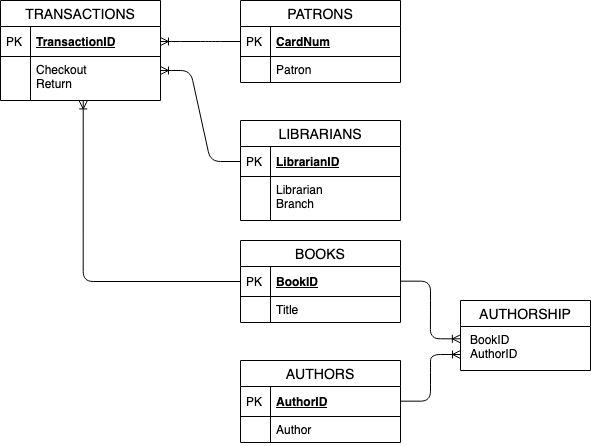
The draw.io diagram localimages/er5.png in jkropko/DS-6001, before a commit. Source tidied: cells renumbered, new cells last; positions are measured from the earlier drawing's top-left corner, leaving out a move shared by most shapes.
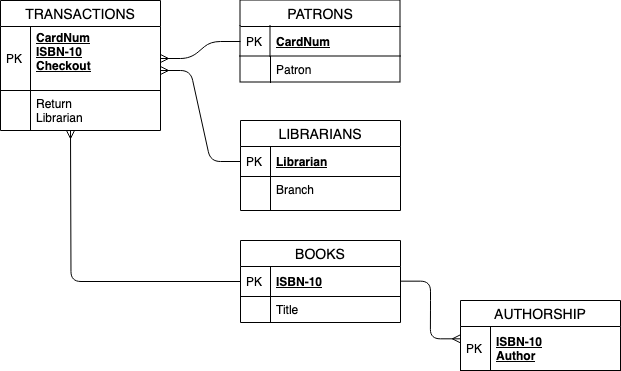
Later version of the same file.

The edit, as a diff of the source:
```diff
@@ -18,39 +18,39 @@
       <mxGeometry width="30" height="26" as="geometry" />
     </mxCell>
     <mxCell id="7" value="TRANSACTIONS" style="swimlane;fontStyle=0;horizontal=1;startSize=26;align=center;fontSize=14;fillColor=none;" parent="1" vertex="1">
-      <mxGeometry width="160" height="100" as="geometry" />
+      <mxGeometry width="160" height="130" as="geometry" />
     </mxCell>
-    <mxCell id="8" value="TransactionID" style="shape=partialRectangle;top=0;left=0;right=0;bottom=1;align=left;verticalAlign=middle;fillColor=none;spacingLeft=34;spacingRight=4;overflow=hidden;points=[[0,0.5],[1,0.5]];portConstraint=eastwest;fontStyle=5;fontSize=12;" parent="7" vertex="1">
-      <mxGeometry y="26" width="160" height="30" as="geometry" />
+    <mxCell id="8" value="CardNum&#10;ISBN-10&#10;Checkout&#10;" style="shape=partialRectangle;top=0;left=0;right=0;bottom=1;align=left;verticalAlign=middle;fillColor=none;spacingLeft=34;spacingRight=4;overflow=hidden;points=[[0,0.5],[1,0.5]];portConstraint=eastwest;fontStyle=5;fontSize=12;" parent="7" vertex="1">
+      <mxGeometry y="26" width="160" height="64" as="geometry" />
     </mxCell>
     <mxCell id="9" value="PK" style="shape=partialRectangle;top=0;left=0;bottom=0;fillColor=none;align=left;verticalAlign=middle;spacingLeft=4;spacingRight=4;overflow=hidden;fontSize=12;" parent="8" vertex="1">
-      <mxGeometry width="30" height="30" as="geometry" />
+      <mxGeometry width="30" height="64" as="geometry" />
     </mxCell>
-    <mxCell id="10" value="Checkout&#10;Return&#10;" style="shape=partialRectangle;top=0;left=0;right=0;bottom=0;align=left;verticalAlign=top;fillColor=none;spacingLeft=34;spacingRight=4;overflow=hidden;points=[[0,0.5],[1,0.5]];portConstraint=eastwest;fontSize=12;" parent="7" vertex="1">
-      <mxGeometry y="56" width="160" height="44" as="geometry" />
+    <mxCell id="10" value="Return&#10;Librarian&#10;" style="shape=partialRectangle;top=0;left=0;right=0;bottom=0;align=left;verticalAlign=top;fillColor=none;spacingLeft=34;spacingRight=4;overflow=hidden;points=[[0,0.5],[1,0.5]];portConstraint=eastwest;fontSize=12;" parent="7" vertex="1">
+      <mxGeometry y="90" width="160" height="40" as="geometry" />
     </mxCell>
     <mxCell id="11" style="shape=partialRectangle;top=0;left=0;bottom=0;fillColor=none;align=left;verticalAlign=top;spacingLeft=4;spacingRight=4;overflow=hidden;fontSize=12;" parent="10" vertex="1">
-      <mxGeometry width="30" height="44" as="geometry" />
+      <mxGeometry width="30" height="40" as="geometry" />
     </mxCell>
     <mxCell id="12" value="LIBRARIANS" style="swimlane;fontStyle=0;horizontal=1;startSize=26;align=center;fontSize=14;fillColor=none;" parent="1" vertex="1">
-      <mxGeometry x="240" y="120" width="160" height="100" as="geometry" />
+      <mxGeometry x="240" y="120" width="160" height="90" as="geometry" />
     </mxCell>
-    <mxCell id="13" value="LibrarianID" style="shape=partialRectangle;top=0;left=0;right=0;bottom=1;align=left;verticalAlign=middle;fillColor=none;spacingLeft=34;spacingRight=4;overflow=hidden;points=[[0,0.5],[1,0.5]];portConstraint=eastwest;fontStyle=5;fontSize=12;" parent="12" vertex="1">
+    <mxCell id="13" value="Librarian" style="shape=partialRectangle;top=0;left=0;right=0;bottom=1;align=left;verticalAlign=middle;fillColor=none;spacingLeft=34;spacingRight=4;overflow=hidden;points=[[0,0.5],[1,0.5]];portConstraint=eastwest;fontStyle=5;fontSize=12;" parent="12" vertex="1">
       <mxGeometry y="26" width="160" height="30" as="geometry" />
     </mxCell>
     <mxCell id="14" value="PK" style="shape=partialRectangle;top=0;left=0;bottom=0;fillColor=none;align=left;verticalAlign=middle;spacingLeft=4;spacingRight=4;overflow=hidden;fontSize=12;" parent="13" vertex="1">
       <mxGeometry width="30" height="30" as="geometry" />
     </mxCell>
-    <mxCell id="15" value="Librarian&#10;Branch&#10;" style="shape=partialRectangle;top=0;left=0;right=0;bottom=0;align=left;verticalAlign=top;fillColor=none;spacingLeft=34;spacingRight=4;overflow=hidden;fontSize=12;" parent="12" vertex="1">
-      <mxGeometry y="56" width="160" height="44" as="geometry" />
+    <mxCell id="15" value="Branch&#10;" style="shape=partialRectangle;top=0;left=0;right=0;bottom=0;align=left;verticalAlign=top;fillColor=none;spacingLeft=34;spacingRight=4;overflow=hidden;fontSize=12;" parent="12" vertex="1">
+      <mxGeometry y="56" width="160" height="34" as="geometry" />
     </mxCell>
     <mxCell id="16" style="shape=partialRectangle;top=0;left=0;bottom=0;fillColor=none;align=left;verticalAlign=top;spacingLeft=4;spacingRight=4;overflow=hidden;fontSize=12;" parent="15" vertex="1">
-      <mxGeometry width="30" height="44" as="geometry" />
+      <mxGeometry width="30" height="34" as="geometry" />
     </mxCell>
     <mxCell id="17" value="BOOKS" style="swimlane;fontStyle=0;horizontal=1;startSize=26;align=center;fontSize=14;fillColor=none;" parent="1" vertex="1">
       <mxGeometry x="240" y="240" width="160" height="82" as="geometry" />
     </mxCell>
-    <mxCell id="18" value="BookID" style="shape=partialRectangle;top=0;left=0;right=0;bottom=1;align=left;verticalAlign=middle;fillColor=none;spacingLeft=34;spacingRight=4;overflow=hidden;points=[[0,0.5],[1,0.5]];portConstraint=eastwest;fontStyle=5;fontSize=12;" parent="17" vertex="1">
+    <mxCell id="18" value="ISBN-10" style="shape=partialRectangle;top=0;left=0;right=0;bottom=1;align=left;verticalAlign=middle;fillColor=none;spacingLeft=34;spacingRight=4;overflow=hidden;points=[[0,0.5],[1,0.5]];portConstraint=eastwest;fontStyle=5;fontSize=12;" parent="17" vertex="1">
       <mxGeometry y="26" width="160" height="30" as="geometry" />
     </mxCell>
     <mxCell id="19" value="PK" style="shape=partialRectangle;top=0;left=0;bottom=0;fillColor=none;align=left;verticalAlign=middle;spacingLeft=4;spacingRight=4;overflow=hidden;fontSize=12;" parent="18" vertex="1">
@@ -62,48 +62,33 @@
     <mxCell id="21" style="shape=partialRectangle;top=0;left=0;bottom=0;fillColor=none;align=left;verticalAlign=top;spacingLeft=4;spacingRight=4;overflow=hidden;fontSize=12;" parent="20" vertex="1">
       <mxGeometry width="30" height="26" as="geometry" />
     </mxCell>
-    <mxCell id="22" style="edgeStyle=entityRelationEdgeStyle;fontSize=12;html=1;endArrow=none;entryX=0;entryY=0.5;entryDx=0;entryDy=0;startArrow=ERoneToMany;startFill=0;endFill=0;" parent="1" edge="1" target="13">
+    <mxCell id="22" style="edgeStyle=entityRelationEdgeStyle;fontSize=12;html=1;endArrow=none;entryX=0;entryY=0.5;entryDx=0;entryDy=0;startArrow=ERmany;startFill=0;endFill=0;" parent="1" edge="1" target="13">
       <mxGeometry relative="1" as="geometry">
         <mxPoint x="160" y="70" as="sourcePoint" />
       </mxGeometry>
     </mxCell>
-    <mxCell id="23" style="edgeStyle=entityRelationEdgeStyle;fontSize=12;html=1;endArrow=ERoneToMany;entryX=-0.001;entryY=0.28;entryDx=0;entryDy=0;entryPerimeter=0;" parent="1" edge="1" target="30">
+    <mxCell id="23" style="edgeStyle=entityRelationEdgeStyle;fontSize=12;html=1;endArrow=ERmany;entryX=-0.001;entryY=0.28;entryDx=0;entryDy=0;entryPerimeter=0;endFill=0;" parent="1" edge="1">
       <mxGeometry relative="1" as="geometry">
         <mxPoint x="400" y="280.7" as="sourcePoint" />
+        <mxPoint x="459.9" y="338.3" as="targetPoint" />
       </mxGeometry>
     </mxCell>
-    <mxCell id="24" value="AUTHORS" style="swimlane;fontStyle=0;horizontal=1;startSize=26;align=center;fontSize=14;fillColor=none;" parent="1" vertex="1">
-      <mxGeometry x="240" y="360" width="160" height="82" as="geometry" />
-    </mxCell>
-    <mxCell id="25" value="AuthorID" style="shape=partialRectangle;top=0;left=0;right=0;bottom=1;align=left;verticalAlign=middle;fillColor=none;spacingLeft=34;spacingRight=4;overflow=hidden;fontStyle=5;fontSize=12;" parent="24" vertex="1">
-      <mxGeometry y="26" width="160" height="30" as="geometry" />
-    </mxCell>
-    <mxCell id="26" value="PK" style="shape=partialRectangle;top=0;left=0;bottom=0;fillColor=none;align=left;verticalAlign=middle;spacingLeft=4;spacingRight=4;overflow=hidden;fontSize=12;" parent="25" vertex="1">
-      <mxGeometry width="30" height="30" as="geometry" />
-    </mxCell>
-    <mxCell id="27" value="Author" style="shape=partialRectangle;top=0;left=0;right=0;bottom=0;align=left;verticalAlign=top;fillColor=none;spacingLeft=34;spacingRight=4;overflow=hidden;fontSize=12;" parent="24" vertex="1">
-      <mxGeometry y="56" width="160" height="26" as="geometry" />
-    </mxCell>
-    <mxCell id="28" style="shape=partialRectangle;top=0;left=0;bottom=0;fillColor=none;align=left;verticalAlign=top;spacingLeft=4;spacingRight=4;overflow=hidden;fontSize=12;" parent="27" vertex="1">
-      <mxGeometry width="30" height="26" as="geometry" />
-    </mxCell>
-    <mxCell id="29" value="AUTHORSHIP" style="swimlane;fontStyle=0;horizontal=1;startSize=26;align=center;fontSize=14;fillColor=none;" parent="1" vertex="1">
-      <mxGeometry x="460" y="300" width="130" height="70" as="geometry" />
-    </mxCell>
-    <mxCell id="30" value="BookID&#10;AuthorID&#10;" style="shape=partialRectangle;top=0;left=0;right=0;bottom=0;align=left;verticalAlign=top;fillColor=none;spacingLeft=8;spacingRight=4;overflow=hidden;points=[[0,0.5],[1,0.5]];portConstraint=eastwest;fontSize=12;spacingBottom=10;" parent="29" vertex="1">
-      <mxGeometry y="26" width="130" height="44" as="geometry" />
-    </mxCell>
-    <mxCell id="31" style="edgeStyle=entityRelationEdgeStyle;fontSize=12;html=1;endArrow=ERoneToMany;" parent="1" edge="1">
-      <mxGeometry relative="1" as="geometry">
-        <mxPoint x="400" y="400.7" as="sourcePoint" />
-        <mxPoint x="460" y="354" as="targetPoint" />
-      </mxGeometry>
-    </mxCell>
-    <mxCell id="32" style="edgeStyle=orthogonalEdgeStyle;fontSize=12;html=1;endArrow=none;entryX=0;entryY=0.5;entryDx=0;entryDy=0;startArrow=ERoneToMany;startFill=0;endFill=0;exitX=0.517;exitY=1.009;exitDx=0;exitDy=0;exitPerimeter=0;" parent="1" edge="1" source="10" target="18">
-      <mxGeometry relative="1" as="geometry" />
+    <mxCell id="32" style="edgeStyle=orthogonalEdgeStyle;fontSize=12;html=1;endArrow=none;entryX=0;entryY=0.5;entryDx=0;entryDy=0;startArrow=ERmany;startFill=0;endFill=0;" parent="1" edge="1" target="18">
+      <mxGeometry relative="1" as="geometry">
+        <mxPoint x="70" y="130" as="sourcePoint" />
+      </mxGeometry>
     </mxCell>
-    <mxCell id="33" style="edgeStyle=entityRelationEdgeStyle;fontSize=12;html=1;endArrow=none;entryX=0;entryY=0.5;entryDx=0;entryDy=0;exitX=1;exitY=0.5;exitDx=0;exitDy=0;startArrow=ERoneToMany;startFill=0;endFill=0;" parent="1" edge="1" source="8" target="3">
+    <mxCell id="33" style="edgeStyle=entityRelationEdgeStyle;fontSize=12;html=1;endArrow=none;entryX=0;entryY=0.5;entryDx=0;entryDy=0;exitX=1;exitY=0.5;exitDx=0;exitDy=0;startArrow=ERmany;startFill=0;endFill=0;" parent="1" edge="1" source="8" target="3">
       <mxGeometry relative="1" as="geometry" />
     </mxCell>
+    <mxCell id="29" value="AUTHORSHIP" style="swimlane;fontStyle=0;horizontal=1;startSize=26;align=center;fontSize=14;fillColor=none;" parent="1" vertex="1">
+      <mxGeometry x="460" y="300" width="160" height="70" as="geometry" />
+    </mxCell>
+    <mxCell id="34" value="ISBN-10&#10;Author" style="shape=partialRectangle;top=0;left=0;right=0;bottom=1;align=left;verticalAlign=middle;fillColor=none;spacingLeft=34;spacingRight=4;overflow=hidden;fontStyle=5;fontSize=12;" parent="29" vertex="1">
+      <mxGeometry y="26" width="160" height="44" as="geometry" />
+    </mxCell>
+    <mxCell id="26" value="PK" style="shape=partialRectangle;top=0;left=0;bottom=0;fillColor=none;align=left;verticalAlign=middle;spacingLeft=4;spacingRight=4;overflow=hidden;fontSize=12;" parent="34" vertex="1">
+      <mxGeometry width="30" height="44" as="geometry" />
+    </mxCell>
   </root>
 </mxGraphModel>
```
